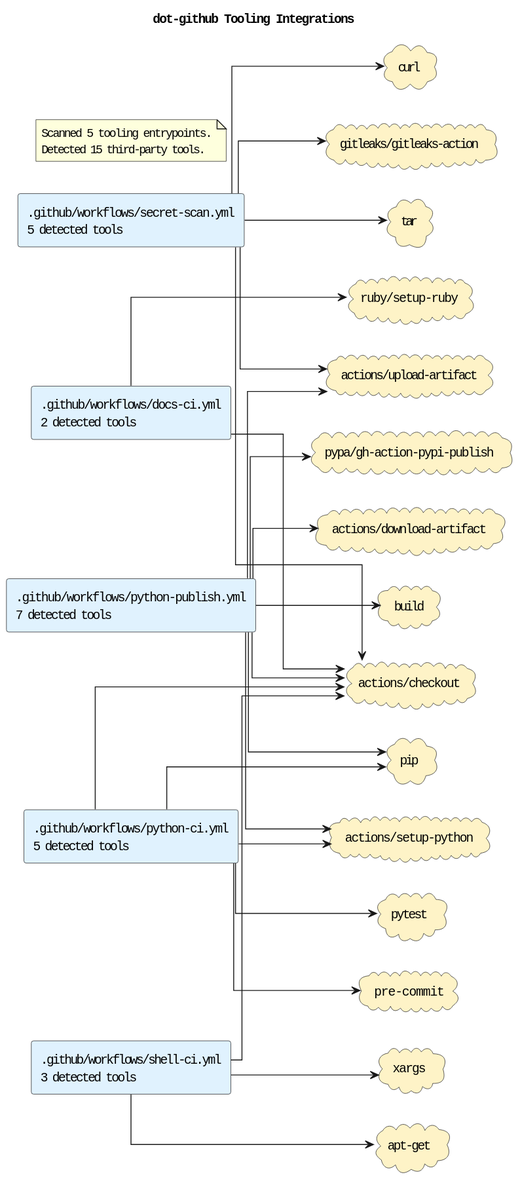
casonk/.github keeps this PlantUML diagram as docs/diagrams/tooling-integrations.puml.svg. Above is the earlier version. Source of this version:
```plantuml
@startuml
title dot-github Tooling Integrations
left to right direction
skinparam shadowing false
skinparam defaultFontName Monospace
skinparam componentStyle rectangle
skinparam linetype ortho
rectangle ".github/workflows/docs-ci.yml\n2 detected tools" as source_github_workflows_docs_ci_yml #E0F2FE
rectangle ".github/workflows/python-ci.yml\n5 detected tools" as source_github_workflows_python_ci_yml #E0F2FE
rectangle ".github/workflows/python-publish.yml\n7 detected tools" as source_github_workflows_python_publish_yml #E0F2FE
rectangle ".github/workflows/secret-scan.yml\n5 detected tools" as source_github_workflows_secret_scan_yml #E0F2FE
rectangle ".github/workflows/shell-ci.yml\n3 detected tools" as source_github_workflows_shell_ci_yml #E0F2FE
cloud "actions/checkout" as tool_actions_checkout #FEF3C7
cloud "actions/download-artifact" as tool_actions_download_artifact #FEF3C7
cloud "actions/setup-python" as tool_actions_setup_python #FEF3C7
cloud "actions/upload-artifact" as tool_actions_upload_artifact #FEF3C7
cloud "apt-get" as tool_apt_get #FEF3C7
cloud "build" as tool_build #FEF3C7
cloud "curl" as tool_curl #FEF3C7
cloud "gitleaks/gitleaks-action" as tool_gitleaks_gitleaks_action #FEF3C7
cloud "pip" as tool_pip #FEF3C7
cloud "pre-commit" as tool_pre_commit #FEF3C7
cloud "pypa/gh-action-pypi-publish" as tool_pypa_gh_action_pypi_publish #FEF3C7
cloud "pytest" as tool_pytest #FEF3C7
cloud "ruby/setup-ruby" as tool_ruby_setup_ruby #FEF3C7
cloud "tar" as tool_tar #FEF3C7
cloud "xargs" as tool_xargs #FEF3C7
source_github_workflows_docs_ci_yml --> tool_actions_checkout
source_github_workflows_docs_ci_yml --> tool_ruby_setup_ruby
source_github_workflows_python_ci_yml --> tool_actions_checkout
source_github_workflows_python_ci_yml --> tool_actions_setup_python
source_github_workflows_python_ci_yml --> tool_pip
source_github_workflows_python_ci_yml --> tool_pre_commit
source_github_workflows_python_ci_yml --> tool_pytest
source_github_workflows_python_publish_yml --> tool_actions_checkout
source_github_workflows_python_publish_yml --> tool_actions_download_artifact
source_github_workflows_python_publish_yml --> tool_actions_setup_python
source_github_workflows_python_publish_yml --> tool_actions_upload_artifact
source_github_workflows_python_publish_yml --> tool_build
source_github_workflows_python_publish_yml --> tool_pip
source_github_workflows_python_publish_yml --> tool_pypa_gh_action_pypi_publish
source_github_workflows_secret_scan_yml --> tool_actions_checkout
source_github_workflows_secret_scan_yml --> tool_actions_upload_artifact
source_github_workflows_secret_scan_yml --> tool_curl
source_github_workflows_secret_scan_yml --> tool_gitleaks_gitleaks_action
source_github_workflows_secret_scan_yml --> tool_tar
source_github_workflows_shell_ci_yml --> tool_actions_checkout
source_github_workflows_shell_ci_yml --> tool_apt_get
source_github_workflows_shell_ci_yml --> tool_xargs
note as toolingGraphSummary
Scanned 5 tooling entrypoints.
Detected 15 third-party tools.
end note
@enduml
```
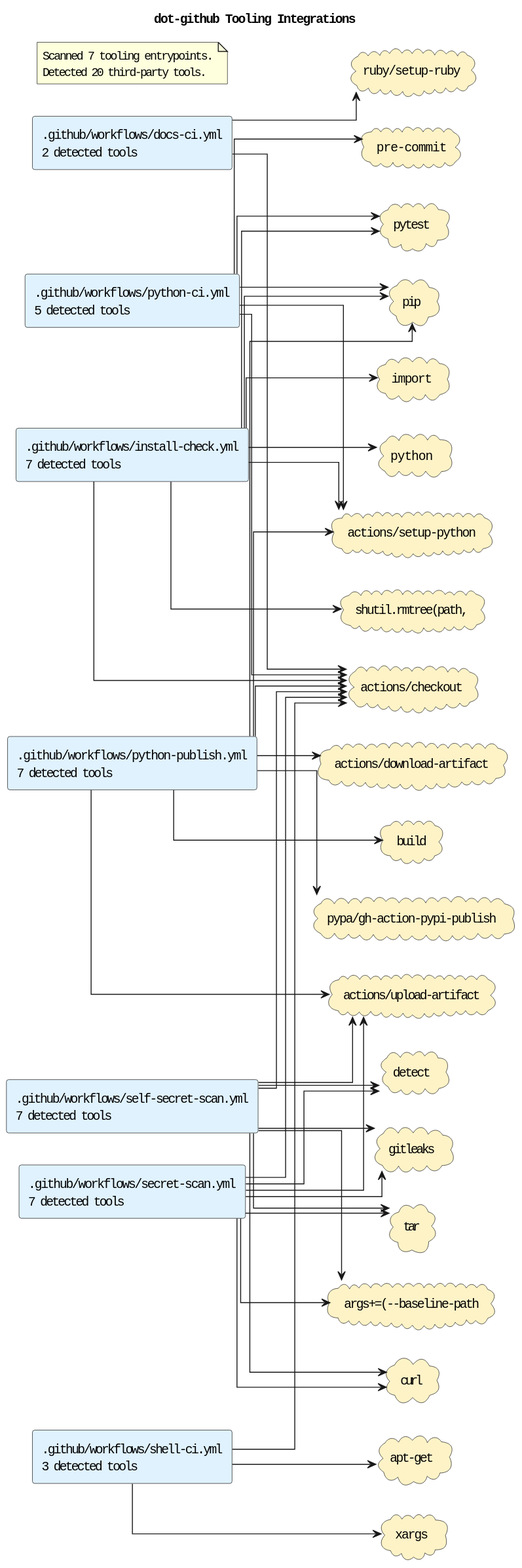
Above is the later version.

The edit, as a diff of the source:
```diff
@@ -6,27 +6,41 @@
 skinparam componentStyle rectangle
 skinparam linetype ortho
 rectangle ".github/workflows/docs-ci.yml\n2 detected tools" as source_github_workflows_docs_ci_yml #E0F2FE
+rectangle ".github/workflows/install-check.yml\n7 detected tools" as source_github_workflows_install_check_yml #E0F2FE
 rectangle ".github/workflows/python-ci.yml\n5 detected tools" as source_github_workflows_python_ci_yml #E0F2FE
 rectangle ".github/workflows/python-publish.yml\n7 detected tools" as source_github_workflows_python_publish_yml #E0F2FE
-rectangle ".github/workflows/secret-scan.yml\n5 detected tools" as source_github_workflows_secret_scan_yml #E0F2FE
+rectangle ".github/workflows/secret-scan.yml\n7 detected tools" as source_github_workflows_secret_scan_yml #E0F2FE
+rectangle ".github/workflows/self-secret-scan.yml\n7 detected tools" as source_github_workflows_self_secret_scan_yml #E0F2FE
 rectangle ".github/workflows/shell-ci.yml\n3 detected tools" as source_github_workflows_shell_ci_yml #E0F2FE
 cloud "actions/checkout" as tool_actions_checkout #FEF3C7
 cloud "actions/download-artifact" as tool_actions_download_artifact #FEF3C7
 cloud "actions/setup-python" as tool_actions_setup_python #FEF3C7
 cloud "actions/upload-artifact" as tool_actions_upload_artifact #FEF3C7
 cloud "apt-get" as tool_apt_get #FEF3C7
+cloud "args+=(--baseline-path" as tool_args_baseline_path #FEF3C7
 cloud "build" as tool_build #FEF3C7
 cloud "curl" as tool_curl #FEF3C7
-cloud "gitleaks/gitleaks-action" as tool_gitleaks_gitleaks_action #FEF3C7
+cloud "detect" as tool_detect #FEF3C7
+cloud "gitleaks" as tool_gitleaks #FEF3C7
+cloud "import" as tool_import #FEF3C7
 cloud "pip" as tool_pip #FEF3C7
 cloud "pre-commit" as tool_pre_commit #FEF3C7
 cloud "pypa/gh-action-pypi-publish" as tool_pypa_gh_action_pypi_publish #FEF3C7
 cloud "pytest" as tool_pytest #FEF3C7
+cloud "python" as tool_python #FEF3C7
 cloud "ruby/setup-ruby" as tool_ruby_setup_ruby #FEF3C7
+cloud "shutil.rmtree(path," as tool_shutil_rmtree_path #FEF3C7
 cloud "tar" as tool_tar #FEF3C7
 cloud "xargs" as tool_xargs #FEF3C7
 source_github_workflows_docs_ci_yml --> tool_actions_checkout
 source_github_workflows_docs_ci_yml --> tool_ruby_setup_ruby
+source_github_workflows_install_check_yml --> tool_actions_checkout
+source_github_workflows_install_check_yml --> tool_actions_setup_python
+source_github_workflows_install_check_yml --> tool_import
+source_github_workflows_install_check_yml --> tool_pip
+source_github_workflows_install_check_yml --> tool_pytest
+source_github_workflows_install_check_yml --> tool_python
+source_github_workflows_install_check_yml --> tool_shutil_rmtree_path
 source_github_workflows_python_ci_yml --> tool_actions_checkout
 source_github_workflows_python_ci_yml --> tool_actions_setup_python
 source_github_workflows_python_ci_yml --> tool_pip
@@ -41,14 +55,23 @@
 source_github_workflows_python_publish_yml --> tool_pypa_gh_action_pypi_publish
 source_github_workflows_secret_scan_yml --> tool_actions_checkout
 source_github_workflows_secret_scan_yml --> tool_actions_upload_artifact
+source_github_workflows_secret_scan_yml --> tool_args_baseline_path
 source_github_workflows_secret_scan_yml --> tool_curl
-source_github_workflows_secret_scan_yml --> tool_gitleaks_gitleaks_action
+source_github_workflows_secret_scan_yml --> tool_detect
+source_github_workflows_secret_scan_yml --> tool_gitleaks
 source_github_workflows_secret_scan_yml --> tool_tar
+source_github_workflows_self_secret_scan_yml --> tool_actions_checkout
+source_github_workflows_self_secret_scan_yml --> tool_actions_upload_artifact
+source_github_workflows_self_secret_scan_yml --> tool_args_baseline_path
+source_github_workflows_self_secret_scan_yml --> tool_curl
+source_github_workflows_self_secret_scan_yml --> tool_detect
+source_github_workflows_self_secret_scan_yml --> tool_gitleaks
+source_github_workflows_self_secret_scan_yml --> tool_tar
 source_github_workflows_shell_ci_yml --> tool_actions_checkout
 source_github_workflows_shell_ci_yml --> tool_apt_get
 source_github_workflows_shell_ci_yml --> tool_xargs
 note as toolingGraphSummary
-Scanned 5 tooling entrypoints.
-Detected 15 third-party tools.
+Scanned 7 tooling entrypoints.
+Detected 20 third-party tools.
 end note
 @enduml
```
